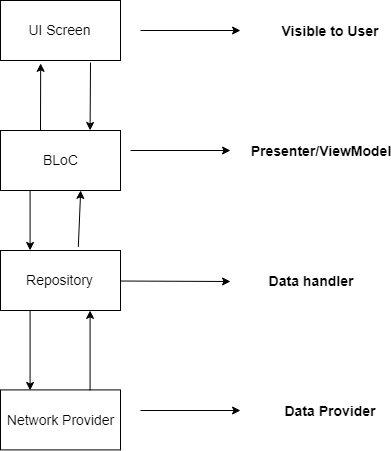
roninprogrammer/flightapp keeps this draw.io diagram as assets/img/bloc.png. Above is the earlier version. Source tidied: cells renumbered, new cells last; positions are measured from the earlier drawing's top-left corner, leaving out a move shared by most shapes.
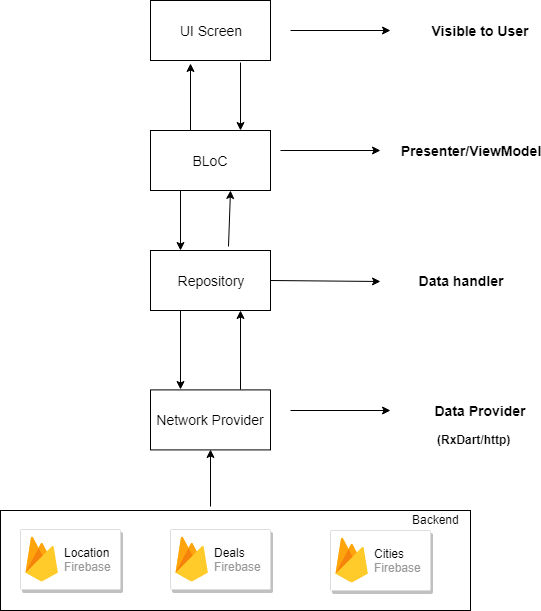
Above is the later version.

Change to the diagram source:
```diff
@@ -71,5 +71,41 @@
     <mxCell id="19" value="&lt;b&gt;&lt;font style=&quot;font-size: 14px&quot;&gt;Data Provider&lt;/font&gt;&lt;/b&gt;" style="text;html=1;strokeColor=none;fillColor=none;align=center;verticalAlign=middle;whiteSpace=wrap;rounded=0;" parent="1" vertex="1">
       <mxGeometry x="280" y="400" width="100" height="20" as="geometry" />
     </mxCell>
+    <mxCell id="20" value="&lt;b&gt;(RxDart/http)&lt;/b&gt;" style="text;html=1;align=left;verticalAlign=top;spacingTop=-4;" parent="1" vertex="1">
+      <mxGeometry x="285" y="429.5" width="90" height="20" as="geometry" />
+    </mxCell>
+    <mxCell id="21" style="strokeColor=#dddddd;fillColor=#ffffff;shadow=1;strokeWidth=1;rounded=1;absoluteArcSize=1;arcSize=2;" parent="1" vertex="1">
+      <mxGeometry x="-130" y="529" width="100" height="60" as="geometry" />
+    </mxCell>
+    <mxCell id="22" value="&lt;font color=&quot;#000000&quot;&gt;Location&lt;/font&gt;&lt;br&gt;Firebase" style="dashed=0;html=1;fillColor=#5184F3;strokeColor=none;shape=mxgraph.gcp2.firebase;labelPosition=right;verticalLabelPosition=middle;align=left;verticalAlign=middle;spacingLeft=5;fontColor=#999999;fontSize=12;" parent="21" vertex="1">
+      <mxGeometry width="32.4" height="45" relative="1" as="geometry">
+        <mxPoint x="5" y="7" as="offset" />
+      </mxGeometry>
+    </mxCell>
+    <mxCell id="23" style="strokeColor=#dddddd;fillColor=#ffffff;shadow=1;strokeWidth=1;rounded=1;absoluteArcSize=1;arcSize=2;" parent="1" vertex="1">
+      <mxGeometry x="20" y="529" width="100" height="60" as="geometry" />
+    </mxCell>
+    <mxCell id="24" value="&lt;font color=&quot;#000000&quot;&gt;Deals&lt;/font&gt;&lt;br&gt;Firebase" style="dashed=0;html=1;fillColor=#5184F3;strokeColor=none;shape=mxgraph.gcp2.firebase;labelPosition=right;verticalLabelPosition=middle;align=left;verticalAlign=middle;spacingLeft=5;fontColor=#999999;fontSize=12;" parent="23" vertex="1">
+      <mxGeometry width="32.4" height="45" relative="1" as="geometry">
+        <mxPoint x="5" y="7" as="offset" />
+      </mxGeometry>
+    </mxCell>
+    <mxCell id="25" style="strokeColor=#dddddd;fillColor=#ffffff;shadow=1;strokeWidth=1;rounded=1;absoluteArcSize=1;arcSize=2;" parent="1" vertex="1">
+      <mxGeometry x="180" y="530" width="100" height="60" as="geometry" />
+    </mxCell>
+    <mxCell id="26" value="&lt;font color=&quot;#000000&quot;&gt;Cities&lt;/font&gt;&lt;br&gt;Firebase" style="dashed=0;html=1;fillColor=#5184F3;strokeColor=none;shape=mxgraph.gcp2.firebase;labelPosition=right;verticalLabelPosition=middle;align=left;verticalAlign=middle;spacingLeft=5;fontColor=#999999;fontSize=12;" parent="25" vertex="1">
+      <mxGeometry width="32.4" height="45" relative="1" as="geometry">
+        <mxPoint x="5" y="7" as="offset" />
+      </mxGeometry>
+    </mxCell>
+    <mxCell id="27" style="rounded=0;whiteSpace=wrap;html=1;fillColor=none;" parent="1" vertex="1">
+      <mxGeometry x="-150" y="510" width="470" height="100" as="geometry" />
+    </mxCell>
+    <mxCell id="28" style="endArrow=classic;html=1;exitX=0.447;exitY=-0.04;exitDx=0;exitDy=0;exitPerimeter=0;entryX=0.5;entryY=1;entryDx=0;entryDy=0;" parent="1" edge="1" source="27" target="5">
+      <mxGeometry relative="1" as="geometry" />
+    </mxCell>
+    <mxCell id="29" value="Backend" style="text;html=1;align=left;verticalAlign=top;spacingTop=-4;" parent="1" vertex="1">
+      <mxGeometry x="260" y="510" width="60" height="20" as="geometry" />
+    </mxCell>
   </root>
 </mxGraphModel>
```
